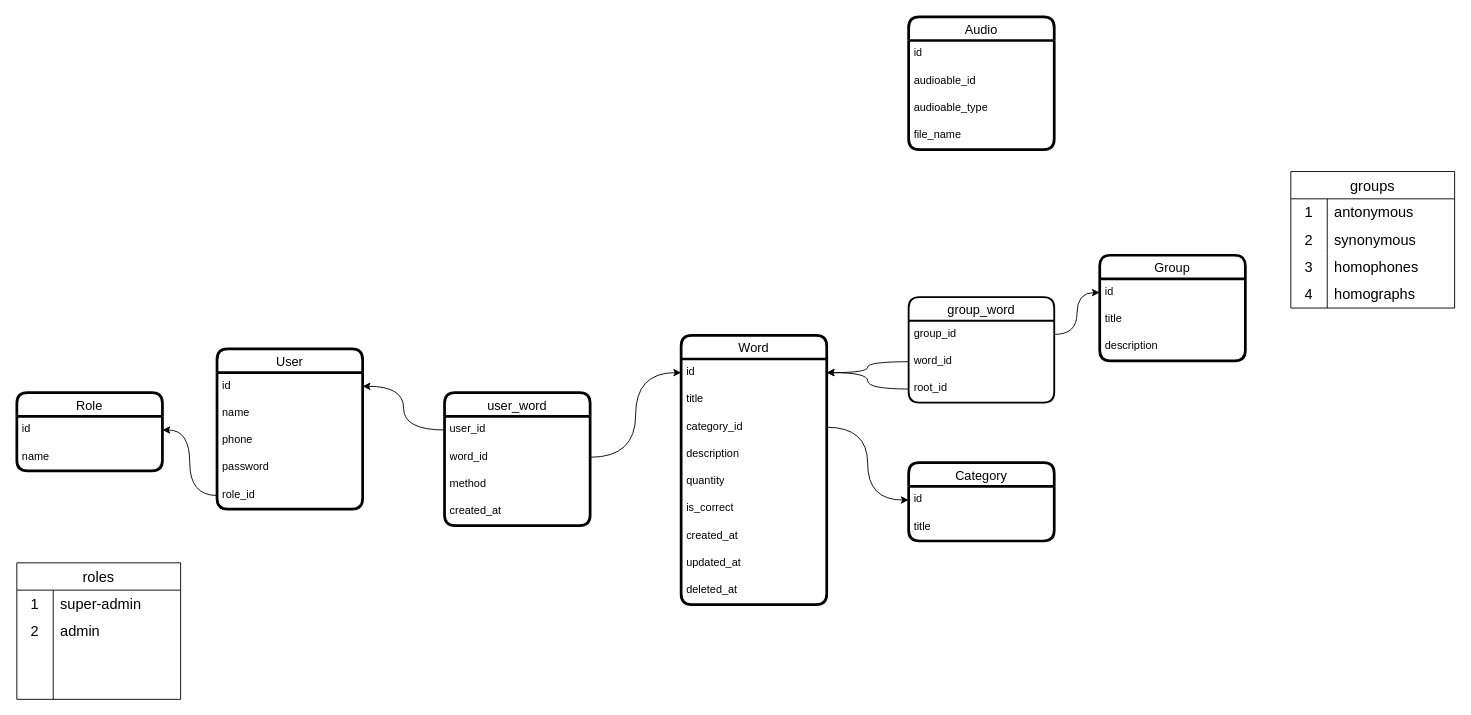
Earlier version of the draw.io diagram ts-backend.drawio (iztileuoff/databases). Source tidied: cells renumbered, new cells numbered last; positions are measured from the earlier drawing's top-left corner, leaving out a move shared by most shapes. Both pictures are drawn from the tidied source at 91%, with x=0, y=0 at pixel (16, 16).
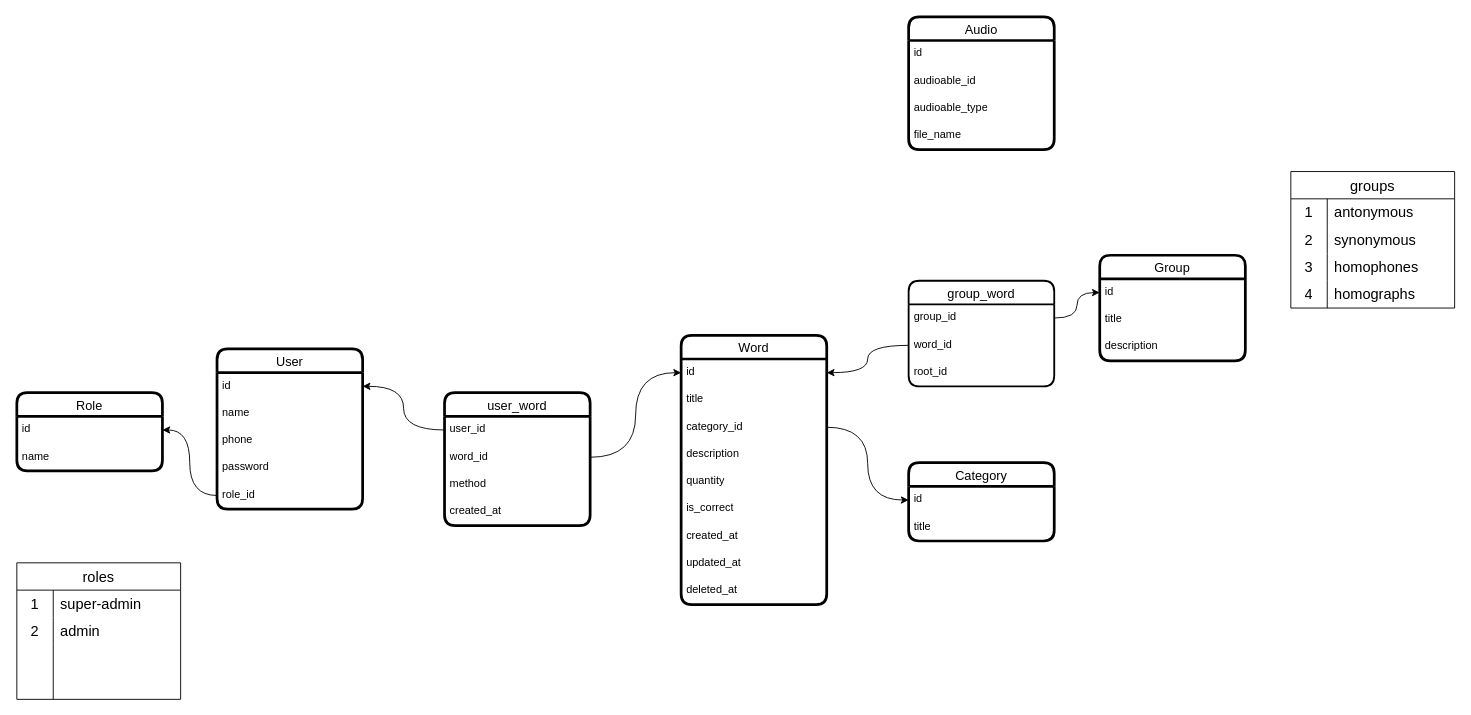
After the change.

The change refers to these unchanged cells:
```xml
<mxCell id="12" value="id" style="text;strokeColor=none;fillColor=none;spacingLeft=4;spacingRight=4;overflow=hidden;points=[[0,0.5],[1,0.5]];portConstraint=eastwest;fontSize=12;whiteSpace=wrap;html=1;" parent="11" vertex="1">
  <mxGeometry y="26" width="160" height="30" as="geometry" />
</mxCell>
<mxCell id="49" value="root_id" style="text;strokeColor=none;fillColor=none;spacingLeft=4;spacingRight=4;overflow=hidden;points=[[0,0.5],[1,0.5]];portConstraint=eastwest;fontSize=12;whiteSpace=wrap;html=1;" parent="46" vertex="1">
  <mxGeometry y="86" width="160" height="30" as="geometry" />
</mxCell>
```

The edit, as a diff of the source:
```diff
@@
     <mxCell id="46" value="group_word" style="swimlane;fontStyle=0;horizontal=1;startSize=26;align=center;fontSize=14;rounded=1;strokeWidth=2;" parent="1" vertex="1">
-      <mxGeometry x="980" y="308" width="160" height="116" as="geometry" />
+      <mxGeometry x="980" y="290" width="160" height="116" as="geometry" />
     </mxCell>
@@
-    <mxCell id="52" style="edgeStyle=orthogonalEdgeStyle;rounded=0;jettySize=auto;html=1;entryX=1;entryY=0.5;entryDx=0;entryDy=0;curved=1;" parent="1" edge="1" source="49" target="12">
-      <mxGeometry relative="1" as="geometry" />
-    </mxCell>
```
